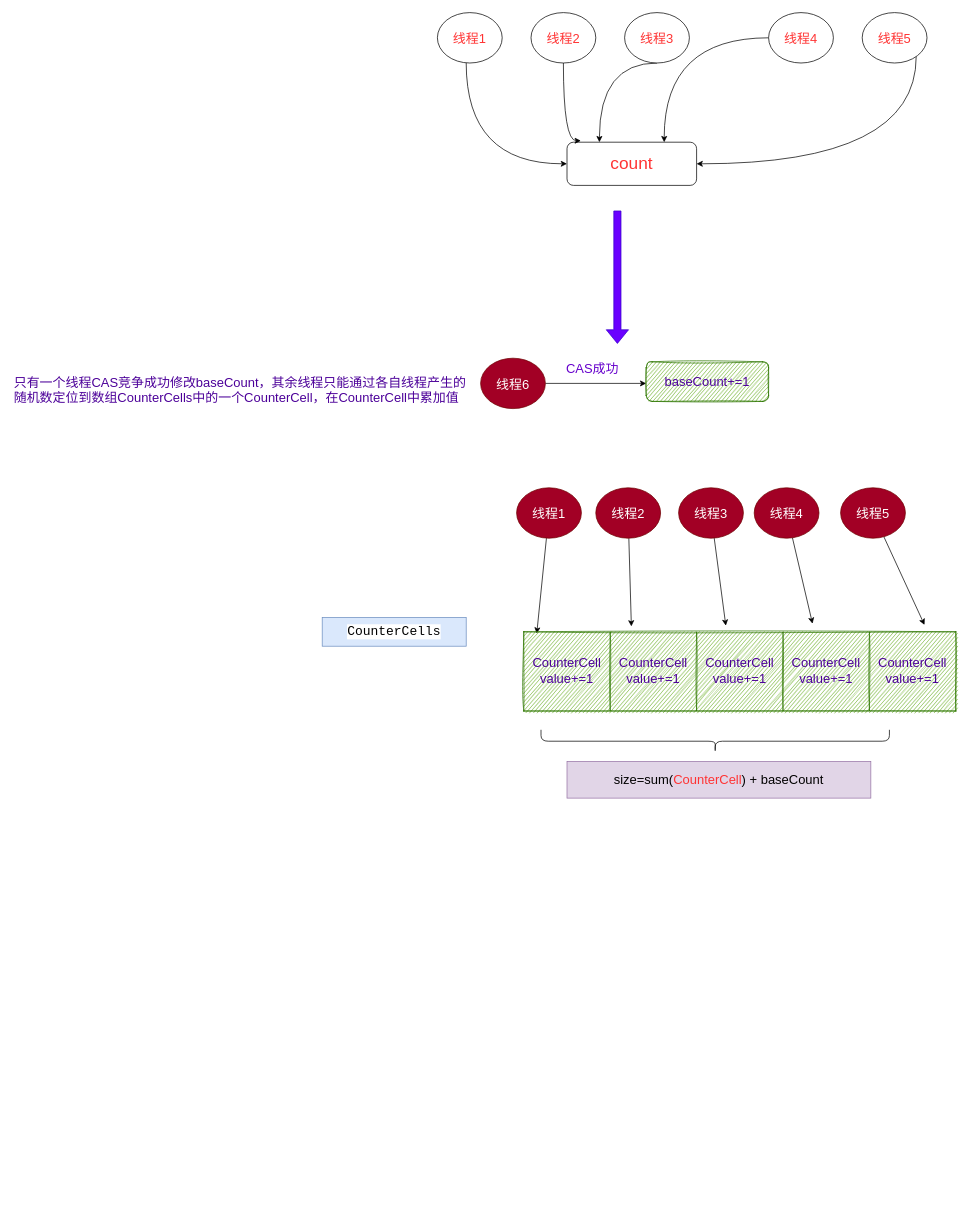
This is page "4" (3 of 4) of thread/concurrentHashMap-addCount.drawio from mydlxy/draw, a draw.io file, before an edit. Source tidied: cells renumbered, new cells numbered last; positions are measured from the earlier drawing's top-left corner, leaving out a move shared by most shapes. Both pictures are drawn from the tidied source at 72%, with x=0, y=0 at pixel (12, 12).
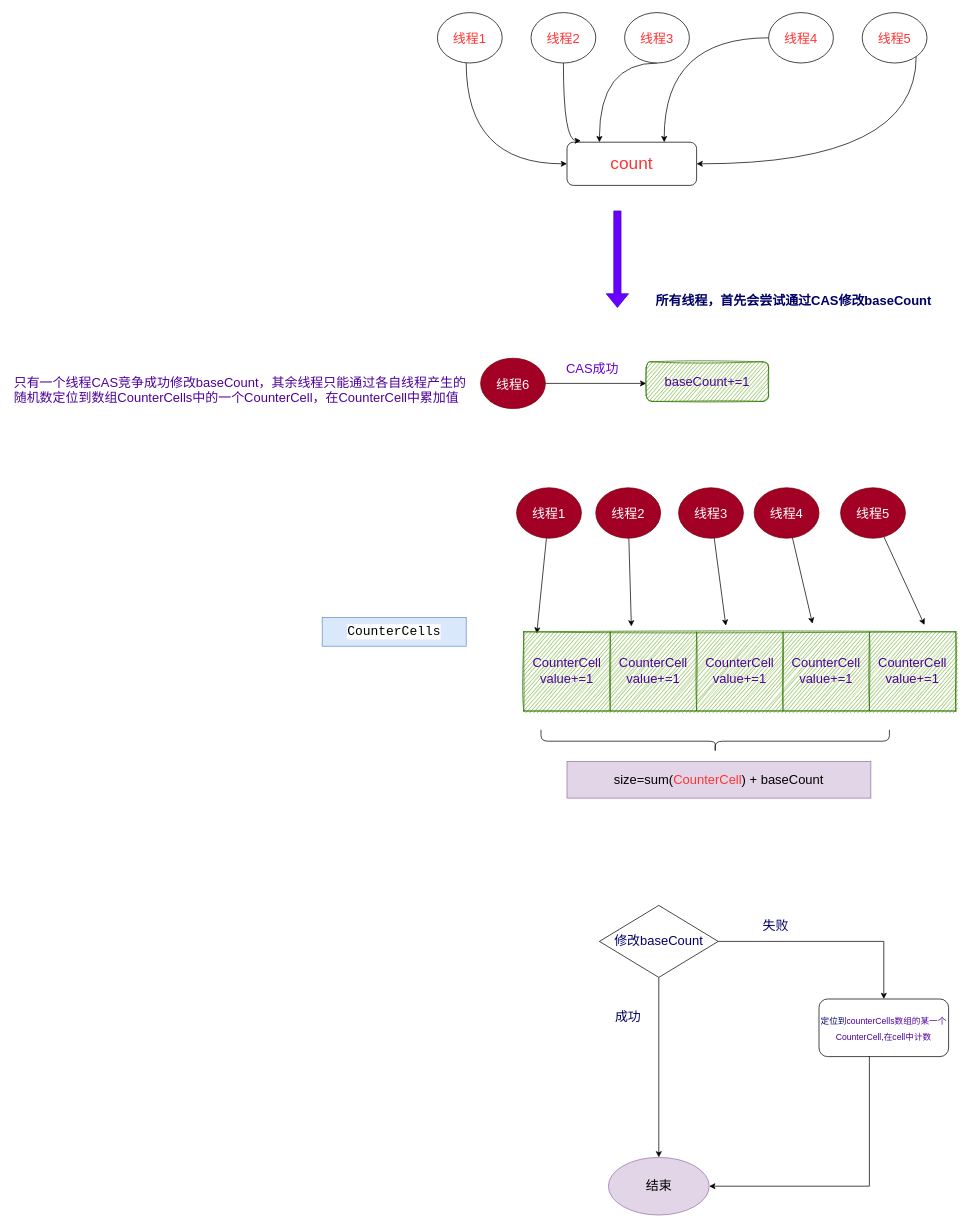
Above is the later version.

What changed in the source:
```diff
@@
     <mxCell id="13" style="shape=flexArrow;endArrow=classic;html=1;rounded=0;fontSize=18;fontColor=#FF3333;curved=1;fillColor=#6a00ff;strokeColor=#3700CC;" parent="1" edge="1">
       <mxGeometry relative="1" as="geometry">
         <mxPoint x="840" y="275" as="sourcePoint" />
-        <mxPoint x="840" y="460" as="targetPoint" />
+        <mxPoint x="840" y="410" as="targetPoint" />
       </mxGeometry>
     </mxCell>
@@
+    <mxCell id="39" value="&lt;font color=&quot;#000066&quot; style=&quot;font-size: 18px;&quot;&gt;&lt;b style=&quot;&quot;&gt;所有线程，首先会尝试通过CAS修改baseCount&lt;/b&gt;&lt;/font&gt;" style="text;html=1;strokeColor=none;fillColor=none;align=center;verticalAlign=middle;whiteSpace=wrap;rounded=0;" parent="1" vertex="1">
+      <mxGeometry x="880" y="370" width="410" height="60" as="geometry" />
+    </mxCell>
+    <mxCell id="40" style="edgeStyle=orthogonalEdgeStyle;rounded=0;jettySize=auto;html=1;fontSize=18;fontColor=#000066;entryX=0.5;entryY=0;entryDx=0;entryDy=0;" parent="1" edge="1" source="42" target="43">
+      <mxGeometry relative="1" as="geometry" />
+    </mxCell>
+    <mxCell id="41" style="edgeStyle=orthogonalEdgeStyle;rounded=0;jettySize=auto;html=1;fontSize=18;fontColor=#000066;entryX=0.5;entryY=0;entryDx=0;entryDy=0;" parent="1" edge="1" source="42" target="46">
+      <mxGeometry relative="1" as="geometry" />
+    </mxCell>
+    <mxCell id="42" value="修改baseCount" style="rhombus;whiteSpace=wrap;html=1;fontSize=18;fontColor=#000066;" parent="1" vertex="1">
+      <mxGeometry x="815" y="1240" width="165" height="100" as="geometry" />
+    </mxCell>
+    <mxCell id="43" value="结束" style="ellipse;whiteSpace=wrap;html=1;fontSize=18;fillColor=#e1d5e7;strokeColor=#9673a6;" parent="1" vertex="1">
+      <mxGeometry x="827.5" y="1590" width="140" height="80" as="geometry" />
+    </mxCell>
+    <mxCell id="44" value="成功" style="text;html=1;strokeColor=none;fillColor=none;align=center;verticalAlign=middle;whiteSpace=wrap;rounded=0;fontSize=18;fontColor=#000066;" parent="1" vertex="1">
+      <mxGeometry x="825" y="1380" width="60" height="30" as="geometry" />
+    </mxCell>
+    <mxCell id="45" style="edgeStyle=orthogonalEdgeStyle;rounded=0;jettySize=auto;html=1;entryX=1;entryY=0.5;entryDx=0;entryDy=0;fontSize=12;fontColor=#000066;exitX=0.379;exitY=0.995;exitDx=0;exitDy=0;exitPerimeter=0;" parent="1" edge="1" source="46" target="43">
+      <mxGeometry relative="1" as="geometry">
+        <Array as="points">
+          <mxPoint x="1190" y="1450" />
+          <mxPoint x="1190" y="1630" />
+        </Array>
+      </mxGeometry>
+    </mxCell>
+    <mxCell id="46" value="&lt;font style=&quot;font-size: 12px;&quot;&gt;定位到&lt;span style=&quot;color: rgb(76, 0, 153);&quot;&gt;counterCells数组的某一个&lt;/span&gt;&lt;span style=&quot;color: rgb(76, 0, 153);&quot;&gt;CounterCell,在cell中计数&lt;/span&gt;&lt;/font&gt;" style="rounded=1;whiteSpace=wrap;html=1;fontSize=18;fontColor=#000066;" parent="1" vertex="1">
+      <mxGeometry x="1120" y="1370" width="180" height="80" as="geometry" />
+    </mxCell>
+    <mxCell id="47" value="失败" style="text;html=1;strokeColor=none;fillColor=none;align=center;verticalAlign=middle;whiteSpace=wrap;rounded=0;fontSize=18;fontColor=#000066;" parent="1" vertex="1">
+      <mxGeometry x="1030" y="1253.9" width="60" height="30" as="geometry" />
+    </mxCell>
```
